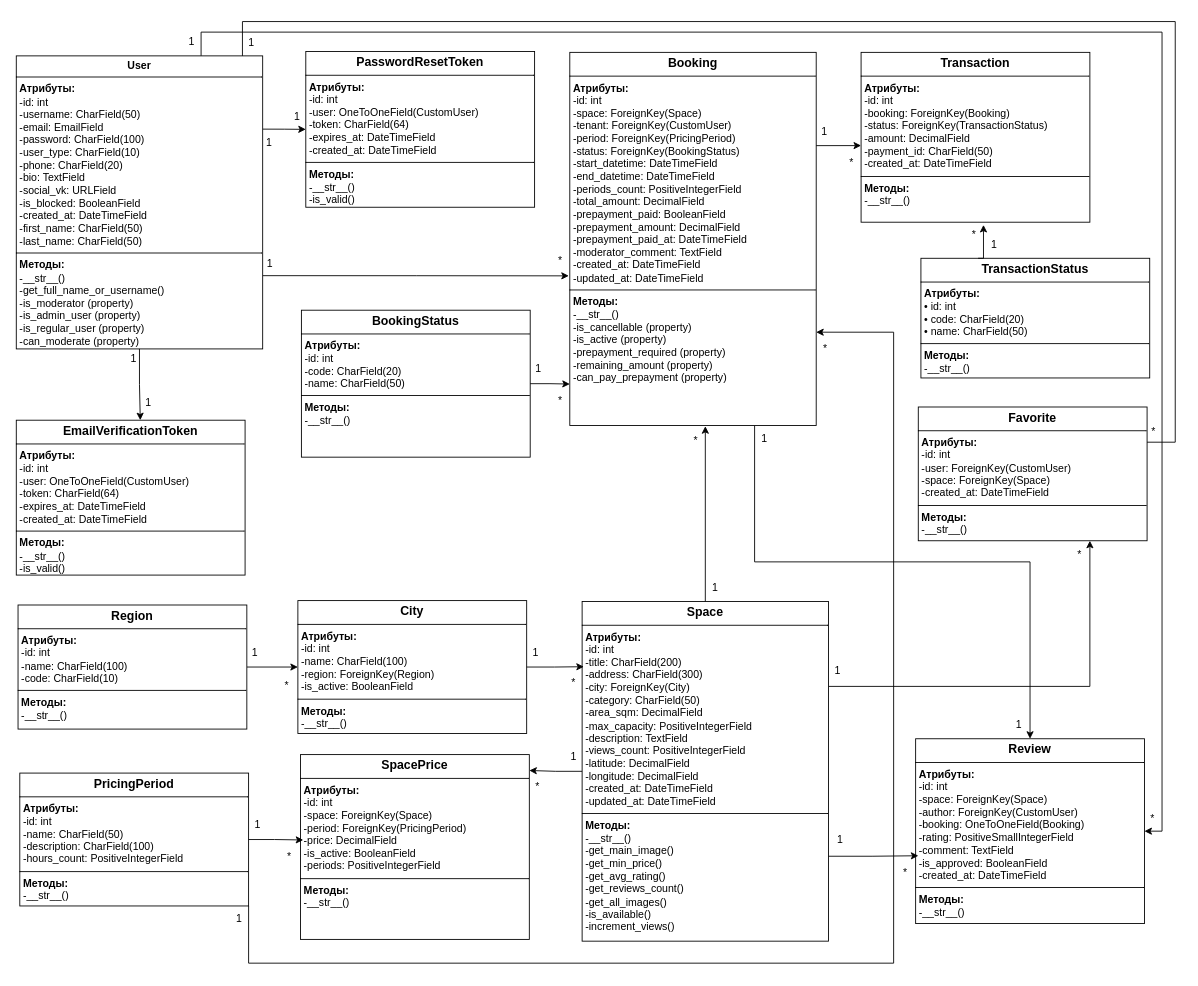
This is Курсовая 2025/Диаграммы/Диаграмма классов.drawio from Honeysuckle52/interior, a draw.io file, before an edit. Source tidied: cells renumbered, new cells numbered last; positions are measured from the earlier drawing's top-left corner, leaving out a move shared by most shapes. Both pictures are drawn from the tidied source at 88%, with x=0, y=0 at pixel (16, 21).
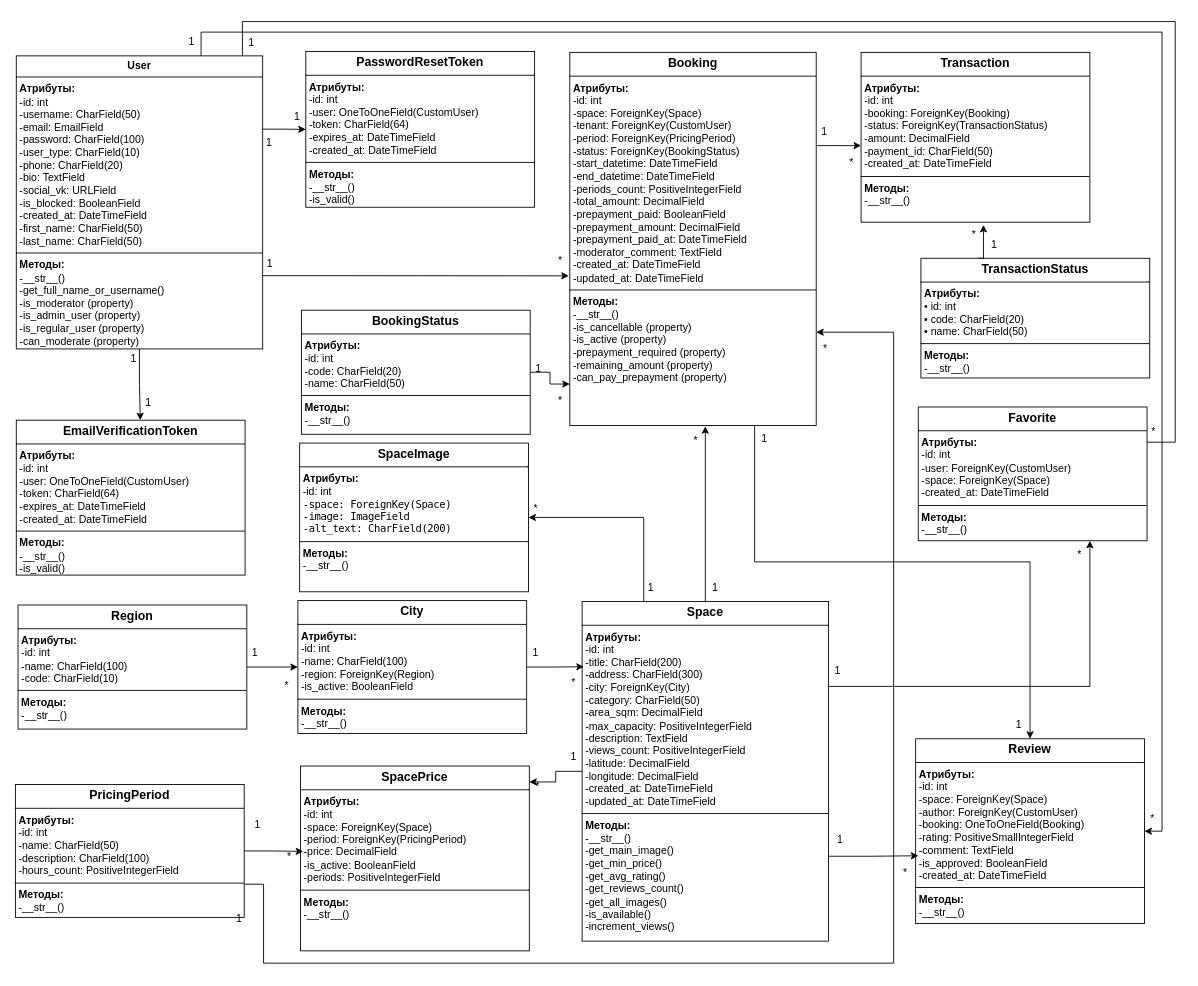
Above is the later version.

Unchanged cells that the change refers to:
```xml
<mxCell id="21" value="&lt;p style=&quot;margin:0px;margin-top:4px;text-align:center;&quot;&gt;&lt;b style=&quot;text-align: left; font-size: 14px;&quot;&gt;Space&lt;/b&gt;&lt;/p&gt;&lt;hr size=&quot;1&quot; style=&quot;border-style:solid;&quot;&gt;&lt;p style=&quot;margin:0px;margin-left:4px;&quot;&gt;&lt;b&gt;Атрибуты:&lt;/b&gt;&lt;br&gt;-id: int&lt;br&gt;-title: CharField(200)&lt;br&gt;-address: CharField(300)&lt;br&gt;-city: ForeignKey(City)&lt;br&gt;-category: CharField(50)&lt;br&gt;-area_sqm: DecimalField&lt;br&gt;-max_capacity: PositiveIntegerField&lt;br&gt;-description: TextField&lt;br&gt;-views_count: PositiveIntegerField&lt;br&gt;-latitude: DecimalField&lt;br&gt;-longitude: DecimalField&lt;br&gt;-created_at: DateTimeField&lt;br&gt;-updated_at: DateTimeField&lt;/p&gt;&lt;hr size=&quot;1&quot; style=&quot;border-style:solid;&quot;&gt;&lt;p style=&quot;margin:0px;margin-left:4px;&quot;&gt;&lt;b&gt;Методы:&lt;/b&gt;&lt;br&gt;-__str__()&lt;br&gt;-get_main_image()&lt;br&gt;-get_min_price()&lt;br&gt;-get_avg_rating()&lt;br&gt;-get_reviews_count()&lt;br&gt;-get_all_images()&lt;br&gt;-is_available()&lt;br&gt;-increment_views()&lt;/p&gt;" style="verticalAlign=top;align=left;overflow=fill;html=1;whiteSpace=wrap;" parent="1" vertex="1">
  <mxGeometry x="643" y="659" width="280" height="386" as="geometry" />
</mxCell>
<mxCell id="23" value="&lt;p style=&quot;margin:0px;margin-top:4px;text-align:center;&quot;&gt;&lt;b style=&quot;text-align: left; font-size: 14px;&quot;&gt;Booking&lt;/b&gt;&lt;/p&gt;&lt;hr size=&quot;1&quot; style=&quot;border-style:solid;&quot;&gt;&lt;p style=&quot;margin:0px;margin-left:4px;&quot;&gt;&lt;b&gt;Атрибуты:&lt;/b&gt;&lt;br&gt;-id: int&lt;br&gt;-space: ForeignKey(Space)&lt;br&gt;-tenant: ForeignKey(CustomUser)&lt;br&gt;-period: ForeignKey(PricingPeriod)&lt;br&gt;-status: ForeignKey(BookingStatus)&lt;br&gt;-start_datetime: DateTimeField&lt;br&gt;-end_datetime: DateTimeField&lt;br&gt;-periods_count: PositiveIntegerField&lt;br&gt;-total_amount: DecimalField&lt;br&gt;-prepayment_paid: BooleanField&lt;br&gt;-prepayment_amount: DecimalField&lt;br&gt;-prepayment_paid_at: DateTimeField&lt;br&gt;-moderator_comment: TextField&lt;br&gt;-created_at: DateTimeField&lt;br&gt;-updated_at: DateTimeField&lt;/p&gt;&lt;hr size=&quot;1&quot; style=&quot;border-style:solid;&quot;&gt;&lt;p style=&quot;margin:0px;margin-left:4px;&quot;&gt;&lt;b&gt;Методы:&lt;/b&gt;&lt;br&gt;-__str__()&lt;br&gt;-is_cancellable (property)&lt;br&gt;-is_active (property)&lt;br&gt;-prepayment_required (property)&lt;br&gt;-remaining_amount (property)&lt;br&gt;-can_pay_prepayment (property)&lt;/p&gt;" style="verticalAlign=top;align=left;overflow=fill;html=1;whiteSpace=wrap;" parent="1" vertex="1">
  <mxGeometry x="629" y="35" width="280" height="424" as="geometry" />
</mxCell>
```

The edit, as a diff of the source:
```diff
@@
-    <mxCell id="12" style="edgeStyle=orthogonalEdgeStyle;rounded=0;jettySize=auto;html=1;exitX=1;exitY=1;exitDx=0;exitDy=0;entryX=1;entryY=0.75;entryDx=0;entryDy=0;" parent="1" edge="1" source="13" target="23">
+    <mxCell id="12" style="edgeStyle=orthogonalEdgeStyle;rounded=0;jettySize=auto;html=1;exitX=1;exitY=0.75;exitDx=0;exitDy=0;entryX=1;entryY=0.75;entryDx=0;entryDy=0;" parent="1" edge="1" source="13" target="23">
       <mxGeometry relative="1" as="geometry">
         <Array as="points">
-          <mxPoint x="264" y="1070" />
+          <mxPoint x="281" y="980" />
+          <mxPoint x="281" y="1070" />
           <mxPoint x="997" y="1070" />
           <mxPoint x="997" y="353" />
         </Array>
       </mxGeometry>
     </mxCell>
     <mxCell id="13" value="&lt;p style=&quot;margin:0px;margin-top:4px;text-align:center;&quot;&gt;&lt;b style=&quot;text-align: left; font-size: 14px;&quot;&gt;PricingPeriod&lt;/b&gt;&lt;/p&gt;&lt;hr size=&quot;1&quot; style=&quot;border-style:solid;&quot;&gt;&lt;p style=&quot;margin:0px;margin-left:4px;&quot;&gt;&lt;b&gt;Атрибуты:&lt;/b&gt;&lt;br&gt;-id: int&lt;br&gt;-name: CharField(50)&lt;br&gt;-description: CharField(100)&lt;br&gt;-hours_count: PositiveIntegerField&lt;br&gt;&lt;/p&gt;&lt;hr size=&quot;1&quot; style=&quot;border-style:solid;&quot;&gt;&lt;p style=&quot;margin:0px;margin-left:4px;&quot;&gt;&lt;b&gt;Методы:&lt;/b&gt;&lt;/p&gt;&lt;p style=&quot;margin:0px;margin-left:4px;&quot;&gt;-__str__()&lt;br&gt;&lt;br&gt;&lt;/p&gt;" style="verticalAlign=top;align=left;overflow=fill;html=1;whiteSpace=wrap;" parent="1" vertex="1">
-      <mxGeometry x="4" y="854" width="260" height="151" as="geometry" />
+      <mxGeometry x="-1" y="867" width="260" height="151" as="geometry" />
     </mxCell>
     <mxCell id="14" value="&lt;p style=&quot;margin:0px;margin-top:4px;text-align:center;&quot;&gt;&lt;b style=&quot;text-align: left; font-size: 14px;&quot;&gt;BookingStatus&lt;/b&gt;&lt;/p&gt;&lt;hr size=&quot;1&quot; style=&quot;border-style:solid;&quot;&gt;&lt;p style=&quot;margin:0px;margin-left:4px;&quot;&gt;&lt;b&gt;Атрибуты:&lt;/b&gt;&lt;br&gt;-id: int&lt;br&gt;-code: CharField(20)&lt;br&gt;-name: CharField(50)&lt;br&gt;&lt;/p&gt;&lt;hr size=&quot;1&quot; style=&quot;border-style:solid;&quot;&gt;&lt;p style=&quot;margin:0px;margin-left:4px;&quot;&gt;&lt;b&gt;Методы:&lt;/b&gt;&lt;/p&gt;&lt;p style=&quot;margin:0px;margin-left:4px;&quot;&gt;-__str__()&lt;br&gt;&lt;br&gt;&lt;/p&gt;" style="verticalAlign=top;align=left;overflow=fill;html=1;whiteSpace=wrap;" parent="1" vertex="1">
-      <mxGeometry x="324" y="328" width="260" height="167" as="geometry" />
+      <mxGeometry x="324" y="328" width="260" height="141" as="geometry" />
     </mxCell>
@@
     <mxCell id="19" value="&lt;p style=&quot;margin:0px;margin-top:4px;text-align:center;&quot;&gt;&lt;b style=&quot;text-align: left; font-size: 14px;&quot;&gt;SpacePrice&lt;/b&gt;&lt;/p&gt;&lt;hr size=&quot;1&quot; style=&quot;border-style:solid;&quot;&gt;&lt;p style=&quot;margin:0px;margin-left:4px;&quot;&gt;&lt;b&gt;Атрибуты:&lt;/b&gt;&lt;br&gt;-id: int&lt;br&gt;-space: ForeignKey(Space)&lt;br&gt;-period: ForeignKey(PricingPeriod)&lt;br&gt;-price: DecimalField&lt;br&gt;-is_active: BooleanField&lt;br&gt;-periods: PositiveIntegerField&lt;br&gt;&lt;/p&gt;&lt;hr size=&quot;1&quot; style=&quot;border-style:solid;&quot;&gt;&lt;p style=&quot;margin:0px;margin-left:4px;&quot;&gt;&lt;b&gt;Методы:&lt;/b&gt;&lt;/p&gt;&lt;p style=&quot;margin:0px;margin-left:4px;&quot;&gt;-__str__()&lt;br&gt;&lt;br&gt;&lt;/p&gt;" style="verticalAlign=top;align=left;overflow=fill;html=1;whiteSpace=wrap;" parent="1" vertex="1">
-      <mxGeometry x="323" y="833" width="260" height="210" as="geometry" />
+      <mxGeometry x="323" y="846" width="260" height="210" as="geometry" />
     </mxCell>
@@
+    <mxCell id="67" style="edgeStyle=orthogonalEdgeStyle;rounded=0;jettySize=auto;html=1;exitX=0.25;exitY=0;exitDx=0;exitDy=0;entryX=1;entryY=0.5;entryDx=0;entryDy=0;" parent="1" edge="1" source="21" target="68">
+      <mxGeometry relative="1" as="geometry" />
+    </mxCell>
@@
+    <mxCell id="68" value="&lt;p style=&quot;text-align: center; margin: 4px 0px 0px;&quot;&gt;&lt;span style=&quot;font-size: 14px;&quot;&gt;&lt;b&gt;SpaceImage&lt;/b&gt;&lt;/span&gt;&lt;/p&gt;&lt;hr size=&quot;1&quot; style=&quot;border-style:solid;&quot;&gt;&lt;p style=&quot;margin:0px;margin-left:4px;&quot;&gt;&lt;b&gt;Атрибуты:&lt;/b&gt;&lt;br&gt;-id: int&lt;/p&gt;&lt;p style=&quot;margin:0px;margin-left:4px;&quot;&gt;&lt;span style=&quot;font-family: ui-monospace, SFMono-Regular, &amp;quot;SF Mono&amp;quot;, Menlo, Consolas, &amp;quot;Liberation Mono&amp;quot;, monospace; letter-spacing: -0.04em; white-space-collapse: preserve-breaks; background-color: light-dark(#ffffff, var(--ge-dark-color, #121212));&quot;&gt;&lt;font style=&quot;color: rgb(0, 0, 0);&quot;&gt;-space: ForeignKey(Space)&lt;/font&gt;&lt;/span&gt;&lt;/p&gt;&lt;p style=&quot;margin:0px;margin-left:4px;&quot;&gt;&lt;span style=&quot;font-family: ui-monospace, SFMono-Regular, &amp;quot;SF Mono&amp;quot;, Menlo, Consolas, &amp;quot;Liberation Mono&amp;quot;, monospace; letter-spacing: -0.04em; white-space-collapse: preserve-breaks; background-color: light-dark(#ffffff, var(--ge-dark-color, #121212));&quot;&gt;&lt;font style=&quot;color: rgb(0, 0, 0);&quot;&gt;-image: ImageField&lt;/font&gt;&lt;/span&gt;&lt;/p&gt;&lt;p style=&quot;margin:0px;margin-left:4px;&quot;&gt;&lt;span style=&quot;font-family: ui-monospace, SFMono-Regular, &amp;quot;SF Mono&amp;quot;, Menlo, Consolas, &amp;quot;Liberation Mono&amp;quot;, monospace; letter-spacing: -0.04em; white-space-collapse: preserve-breaks; background-color: light-dark(#ffffff, var(--ge-dark-color, #121212));&quot;&gt;&lt;font style=&quot;color: rgb(0, 0, 0);&quot;&gt;-alt_text: CharField(200)&lt;/font&gt;&lt;/span&gt;&lt;/p&gt;&lt;hr size=&quot;1&quot; style=&quot;border-style:solid;&quot;&gt;&lt;p style=&quot;margin:0px;margin-left:4px;&quot;&gt;&lt;b&gt;Методы:&lt;/b&gt;&lt;/p&gt;&lt;p style=&quot;margin:0px;margin-left:4px;&quot;&gt;-__str__()&lt;br&gt;&lt;br&gt;&lt;/p&gt;" style="verticalAlign=top;align=left;overflow=fill;html=1;whiteSpace=wrap;" parent="1" vertex="1">
+      <mxGeometry x="322" y="479" width="260" height="169" as="geometry" />
+    </mxCell>
+    <mxCell id="69" style="edgeStyle=orthogonalEdgeStyle;rounded=0;orthogonalLoop=1;jettySize=auto;html=1;exitX=0.5;exitY=1;exitDx=0;exitDy=0;" parent="1" edge="1" source="68" target="68">
+      <mxGeometry relative="1" as="geometry" />
+    </mxCell>
+    <mxCell id="70" value="1" style="text;html=1;whiteSpace=wrap;strokeColor=none;fillColor=none;align=center;verticalAlign=middle;rounded=0;" parent="1" vertex="1">
+      <mxGeometry x="712" y="629" width="19" height="30" as="geometry" />
+    </mxCell>
+    <mxCell id="71" value="*" style="text;html=1;whiteSpace=wrap;strokeColor=none;fillColor=none;align=center;verticalAlign=middle;rounded=0;" parent="1" vertex="1">
+      <mxGeometry x="581" y="539" width="19" height="30" as="geometry" />
+    </mxCell>
```
